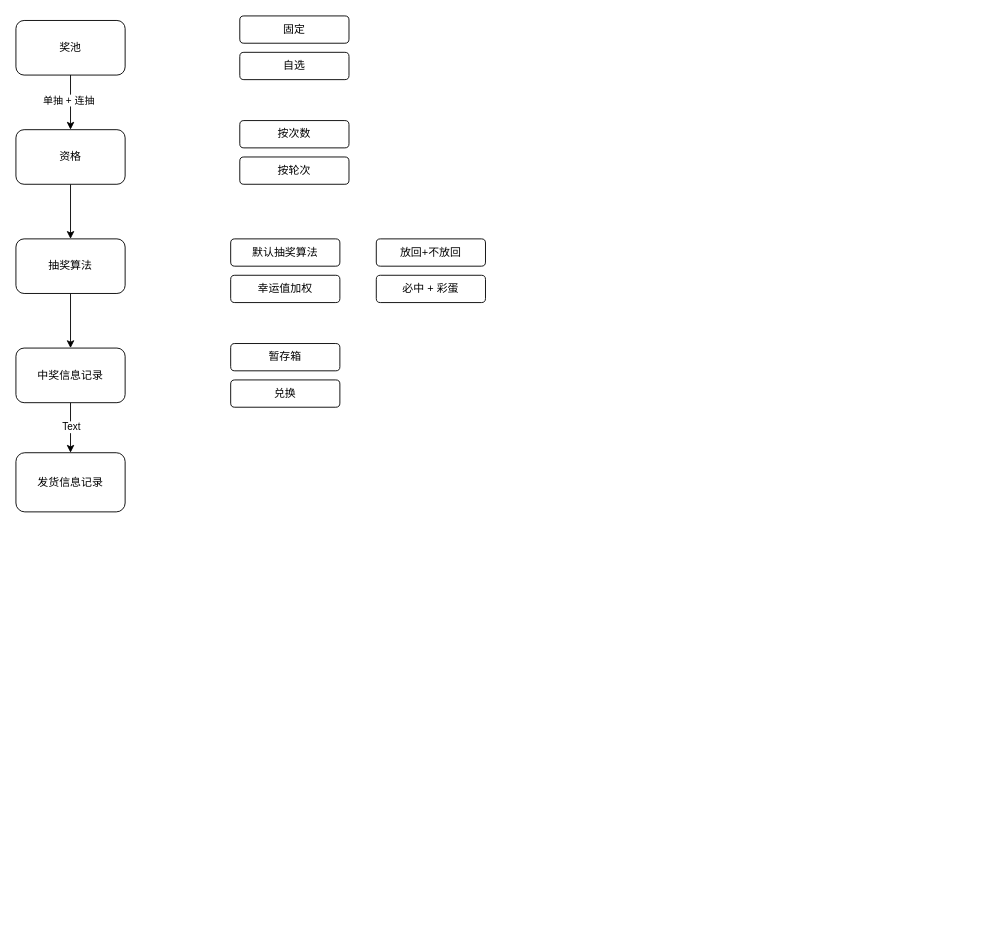
Earlier version of the draw.io diagram 玩法.drawio (axtrur/resource). Source tidied: cells renumbered, new cells numbered last; positions are measured from the earlier drawing's top-left corner, leaving out a move shared by most shapes. Both pictures are drawn from the tidied source at 91%, with x=0, y=0 at pixel (15, 15).
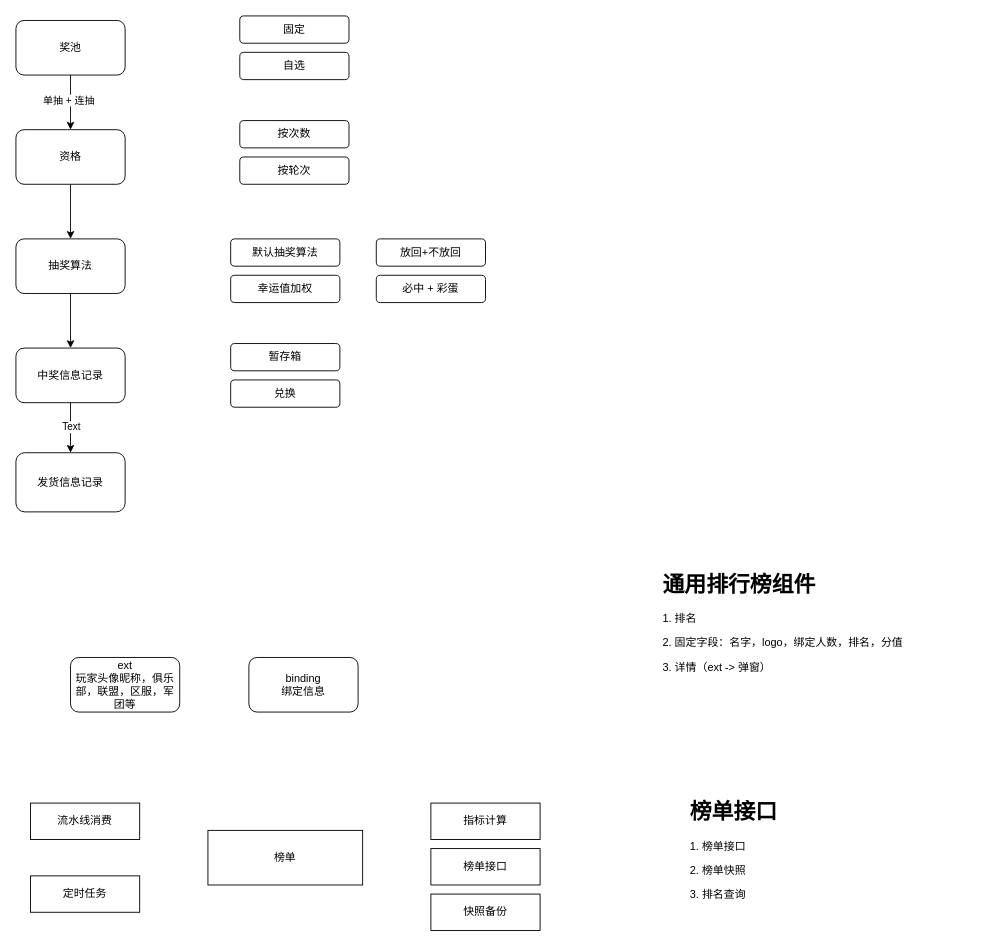
After the change.

Change to the diagram source:
```diff
@@
+    <mxCell id="23" value="流水线消费" style="rounded=0;whiteSpace=wrap;html=1;" parent="1" vertex="1">
+      <mxGeometry x="16" y="865" width="120" height="40" as="geometry" />
+    </mxCell>
+    <mxCell id="24" value="定时任务" style="rounded=0;whiteSpace=wrap;html=1;" parent="1" vertex="1">
+      <mxGeometry x="16" y="945" width="120" height="40" as="geometry" />
+    </mxCell>
+    <mxCell id="25" value="榜单" style="rounded=0;whiteSpace=wrap;html=1;" parent="1" vertex="1">
+      <mxGeometry x="211" y="895" width="170" height="60" as="geometry" />
+    </mxCell>
+    <mxCell id="26" value="指标计算" style="rounded=0;whiteSpace=wrap;html=1;" parent="1" vertex="1">
+      <mxGeometry x="456" y="865" width="120" height="40" as="geometry" />
+    </mxCell>
+    <mxCell id="27" value="榜单接口" style="rounded=0;whiteSpace=wrap;html=1;" parent="1" vertex="1">
+      <mxGeometry x="456" y="915" width="120" height="40" as="geometry" />
+    </mxCell>
+    <mxCell id="28" value="快照备份" style="rounded=0;whiteSpace=wrap;html=1;" parent="1" vertex="1">
+      <mxGeometry x="456" y="965" width="120" height="40" as="geometry" />
+    </mxCell>
+    <mxCell id="29" value="ext&lt;br&gt;玩家头像昵称，俱乐部，联盟，区服，军团等" style="rounded=1;whiteSpace=wrap;html=1;" parent="1" vertex="1">
+      <mxGeometry x="60" y="705" width="120" height="60" as="geometry" />
+    </mxCell>
+    <mxCell id="30" value="binding&lt;br&gt;绑定信息" style="rounded=1;whiteSpace=wrap;html=1;" parent="1" vertex="1">
+      <mxGeometry x="256" y="705" width="120" height="60" as="geometry" />
+    </mxCell>
+    <mxCell id="31" value="&lt;h1&gt;榜单接口&lt;/h1&gt;&lt;p&gt;1. 榜单接口&lt;/p&gt;&lt;p&gt;2. 榜单快照&lt;/p&gt;&lt;p&gt;3. 排名查询&lt;/p&gt;" style="text;html=1;strokeColor=none;fillColor=none;spacing=5;spacingTop=-20;whiteSpace=wrap;overflow=hidden;rounded=0;" parent="1" vertex="1">
+      <mxGeometry x="736" y="855" width="190" height="120" as="geometry" />
+    </mxCell>
+    <mxCell id="32" value="&lt;h1&gt;通用排行榜组件&lt;/h1&gt;&lt;p&gt;1. 排名&lt;/p&gt;&lt;p&gt;2. 固定字段：名字，logo，绑定人数，排名，分值&lt;/p&gt;&lt;p&gt;3. 详情（ext -&amp;gt; 弹窗）&lt;/p&gt;" style="text;html=1;strokeColor=none;fillColor=none;spacing=5;spacingTop=-20;whiteSpace=wrap;overflow=hidden;rounded=0;" parent="1" vertex="1">
+      <mxGeometry x="706" y="605" width="350" height="150" as="geometry" />
+    </mxCell>
```
